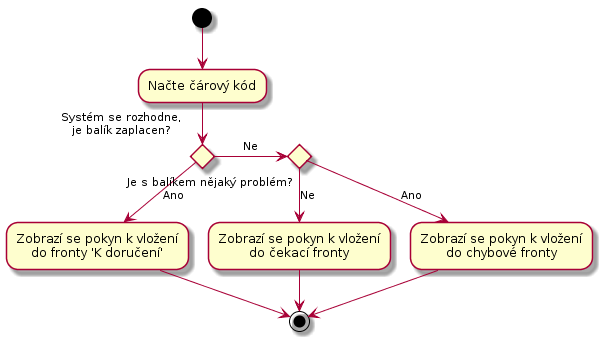
This is docs/diagrams/out/uc-22-activity.png from Internet-Handel/postman, a PlantUML export, as it was before one commit.
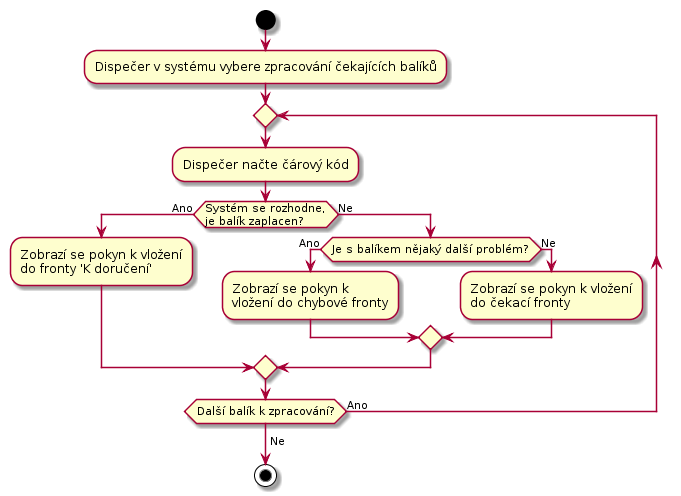
The same file after the commit.

Change to the diagram source:
```diff
@@ -1,19 +1,24 @@
 @startuml
-(*) --> "Načte čárový kód" as zadanikodu
+start
 
-if "Systém se rozhodne,\nje balík zaplacen?"
-  -->[Ano] "Zobrazí se pokyn k vložení
-  do fronty 'K doručení'" as kdoruceni
-  --> (*)
-else
-  -right-> [Ne] if "Je s balíkem nějaký problém?"
-      --> [Ano] "Zobrazí se pokyn k vložení
-      do chybové fronty" as chyba
-      --> (*)
-    else
-      --> [Ne] "Zobrazí se pokyn k vložení
-      do čekací fronty" as cekaci
-      --> (*)
+:Dispečer v systému vybere zpracování čekajících balíků;
+repeat
+  :Dispečer načte čárový kód;
+
+  if (Systém se rozhodne,\nje balík zaplacen?) then (Ano)
+    :Zobrazí se pokyn k vložení
+    do fronty 'K doručení';
+  else (Ne)
+    if(Je s balíkem nějaký další problém?) then (Ano)
+      :Zobrazí se pokyn k
+      vložení do chybové fronty;
+    else (Ne)
+      :Zobrazí se pokyn k vložení
+      do čekací fronty;
     endif
-endif
+  endif
+repeat while (Další balík k zpracování?) is (Ano)
+->Ne;
+
+stop
 @enduml
```
